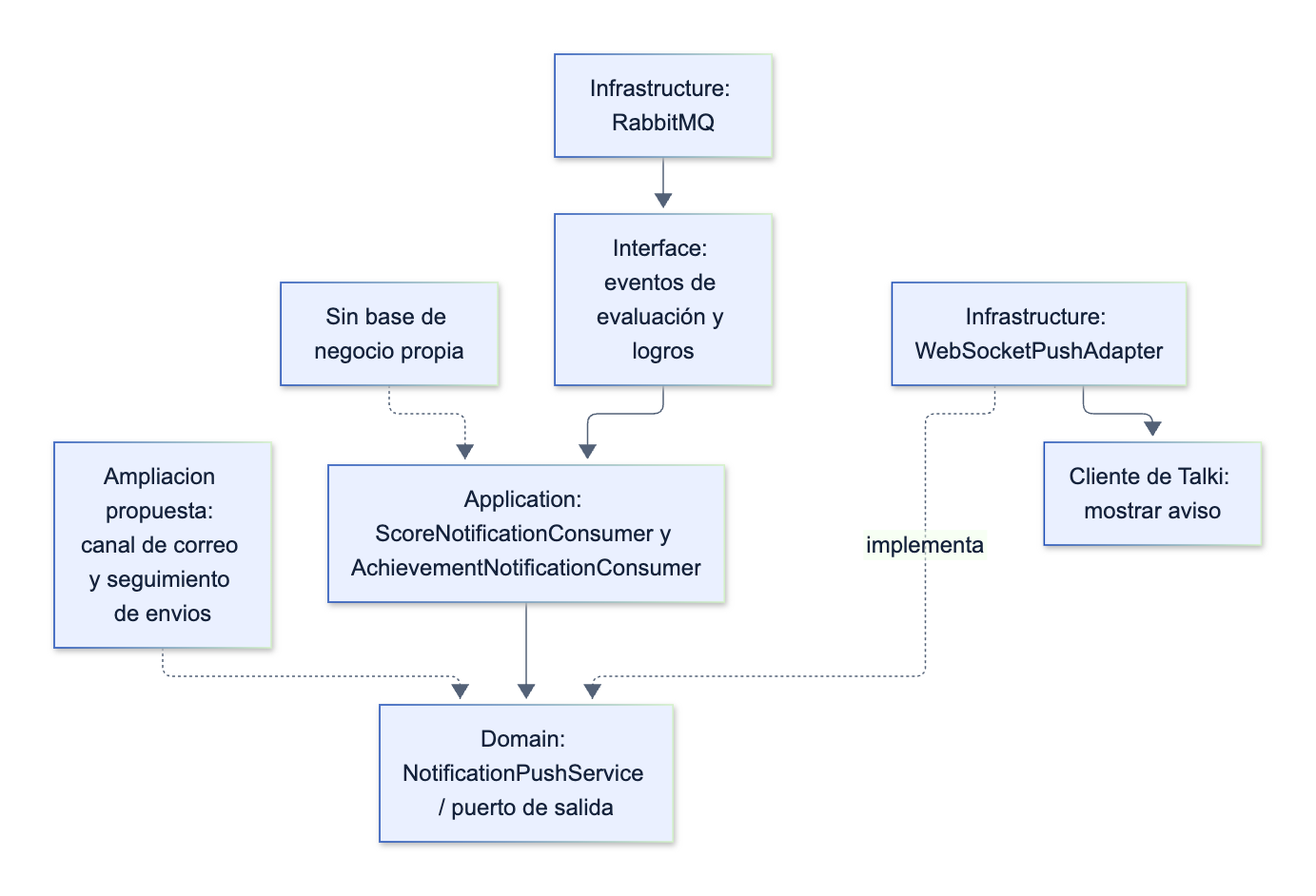
Above: assets/diagrams/tactical/10-notifications-components.png in upc-pre-202620-si728-16365-thropic/talki-project-report (Mermaid), before the change. Its source is kept beside it as assets/diagrams/tactical/10-notifications-components.mmd.
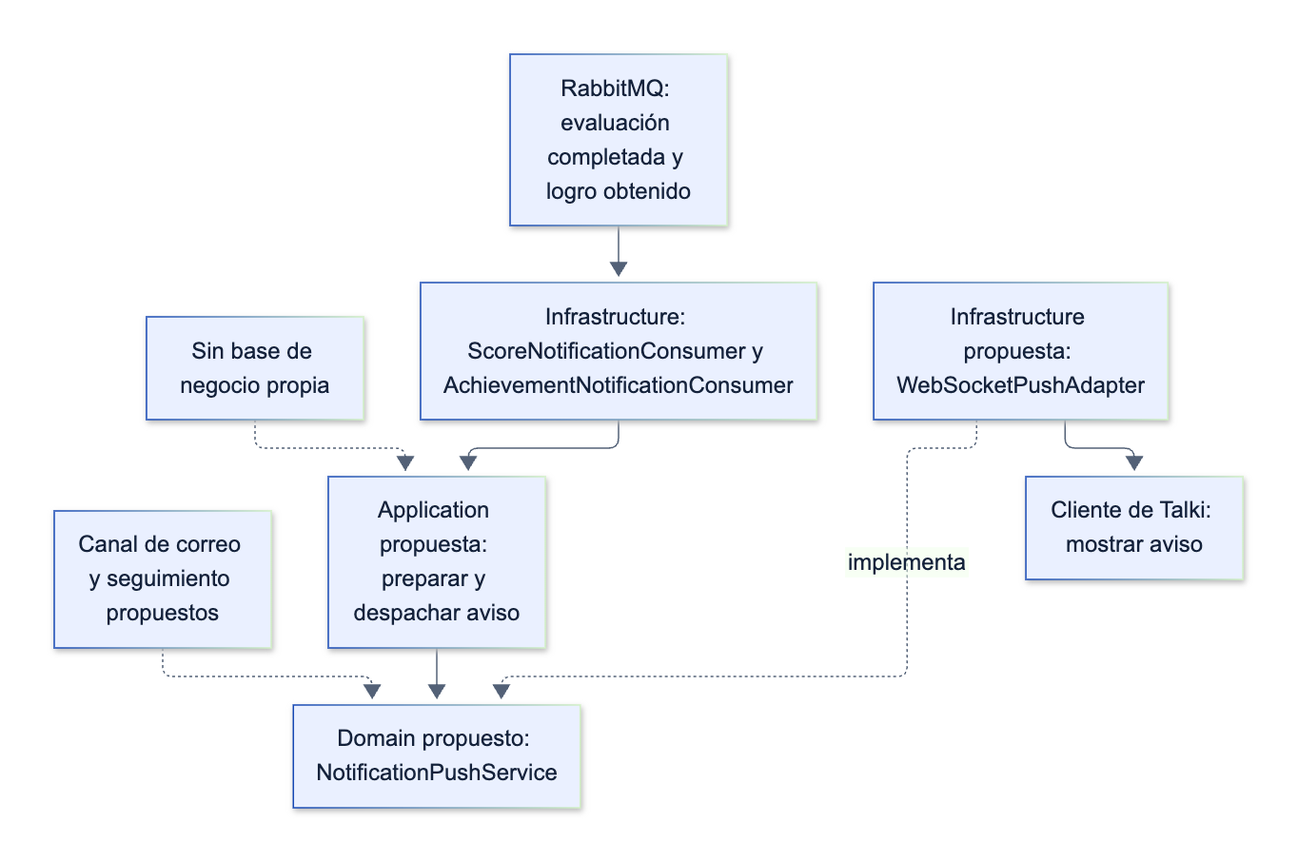
After the commit.

Change to the diagram source:
```diff
@@ -1,8 +1,8 @@
 flowchart TB
-  input["Interface: eventos de evaluación y logros"] --> consumers["Application: ScoreNotificationConsumer y AchievementNotificationConsumer"]
-  consumers --> port["Domain: NotificationPushService / puerto de salida"]
-  adapter["Infrastructure: WebSocketPushAdapter"] -. implementa .-> port
+  broker["RabbitMQ: evaluación completada y logro obtenido"] --> consumers["Infrastructure: ScoreNotificationConsumer y AchievementNotificationConsumer"]
+  consumers --> app["Application propuesta: preparar y despachar aviso"]
+  app --> port["Domain propuesto: NotificationPushService"]
+  adapter["Infrastructure propuesta: WebSocketPushAdapter"] -. implementa .-> port
   adapter --> user["Cliente de Talki: mostrar aviso"]
-  broker["Infrastructure: RabbitMQ"] --> input
-  email["Ampliacion propuesta: canal de correo y seguimiento de envios"] -.-> port
-  note["Sin base de negocio propia"] -.-> consumers
+  email["Canal de correo y seguimiento propuestos"] -.-> port
+  note["Sin base de negocio propia"] -.-> app
```
